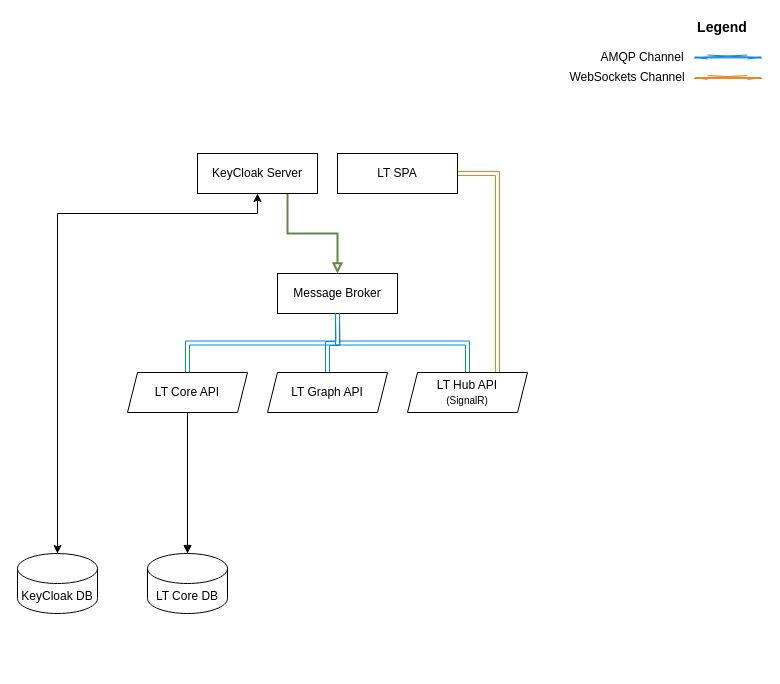
bsaranga/learntree keeps this draw.io diagram as diagrams/arch.drawio. Above is the earlier version. Source tidied: cells renumbered, new cells numbered last; positions are measured from the earlier drawing's top-left corner, leaving out a move shared by most shapes. Both pictures are drawn from the tidied source at 100%, with x=0, y=0 at pixel (17, 17).
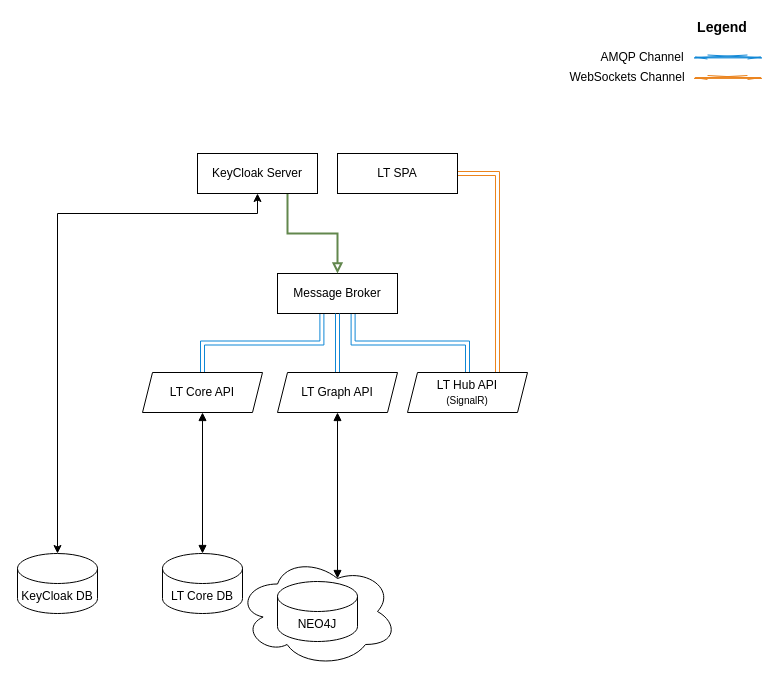
Above is the later version.

Unchanged cells that the change refers to:
```xml
<mxCell id="11" value="LT Hub API&lt;br&gt;&lt;font style=&quot;font-size: 10px;&quot;&gt;(SignalR)&lt;/font&gt;" style="shape=parallelogram;perimeter=parallelogramPerimeter;whiteSpace=wrap;html=1;fixedSize=1;size=10;" parent="1" vertex="1">
  <mxGeometry x="390" y="355" width="120" height="40" as="geometry" />
</mxCell>
```

The edit, as a diff of the source:
```diff
@@
+    <mxCell id="22" style="edgeStyle=orthogonalEdgeStyle;shape=link;rounded=0;jettySize=auto;html=1;exitX=0.63;exitY=1;exitDx=0;exitDy=0;exitPerimeter=0;entryX=0.5;entryY=0;entryDx=0;entryDy=0;fontSize=14;startArrow=block;startFill=1;endArrow=block;endFill=1;strokeColor=#0F87D6;strokeWidth=1;" parent="1" edge="1" source="2" target="11">
+      <mxGeometry relative="1" as="geometry" />
+    </mxCell>
+    <mxCell id="23" style="edgeStyle=orthogonalEdgeStyle;shape=link;rounded=0;jettySize=auto;html=1;exitX=0.37;exitY=1;exitDx=0;exitDy=0;exitPerimeter=0;entryX=0.5;entryY=0;entryDx=0;entryDy=0;fontSize=14;startArrow=block;startFill=1;endArrow=block;endFill=1;strokeColor=#0F87D6;strokeWidth=1;" parent="1" edge="1" source="2" target="7">
+      <mxGeometry relative="1" as="geometry" />
+    </mxCell>
-    <mxCell id="2" value="Message Broker" style="rounded=0;whiteSpace=wrap;html=1;" parent="1" vertex="1">
+    <mxCell id="2" value="Message Broker" style="rounded=0;whiteSpace=wrap;html=1;points=[[0,0,0,0,0],[0,0.25,0,0,0],[0,0.5,0,0,0],[0,0.75,0,0,0],[0,1,0,0,0],[0.13,1,0,0,0],[0.25,0,0,0,0],[0.25,1,0,0,0],[0.37,1,0,0,0],[0.5,0,0,0,0],[0.5,1,0,0,0],[0.63,1,0,0,0],[0.75,0,0,0,0],[0.75,1,0,0,0],[0.88,1,0,0,0],[1,0,0,0,0],[1,0.25,0,0,0],[1,0.5,0,0,0],[1,0.75,0,0,0],[1,1,0,0,0]];" parent="1" vertex="1">
       <mxGeometry x="260" y="256" width="120" height="40" as="geometry" />
     </mxCell>
@@
-    <mxCell id="5" style="edgeStyle=orthogonalEdgeStyle;shape=link;rounded=0;jettySize=auto;html=1;exitX=0.5;exitY=0;exitDx=0;exitDy=0;entryX=0.5;entryY=1;entryDx=0;entryDy=0;fontSize=10;startArrow=none;startFill=0;endArrow=block;endFill=0;strokeColor=#0F87D6;strokeWidth=1;" parent="1" edge="1" source="7" target="2">
-      <mxGeometry relative="1" as="geometry" />
-    </mxCell>
-    <mxCell id="6" style="edgeStyle=orthogonalEdgeStyle;rounded=0;jettySize=auto;html=1;exitX=0.5;exitY=1;exitDx=0;exitDy=0;fontSize=10;startArrow=none;startFill=0;endArrow=block;endFill=1;strokeColor=#000000;strokeWidth=1;" parent="1" edge="1" source="7" target="16">
+    <mxCell id="6" style="edgeStyle=orthogonalEdgeStyle;rounded=0;jettySize=auto;html=1;exitX=0.5;exitY=1;exitDx=0;exitDy=0;fontSize=10;startArrow=block;startFill=1;endArrow=block;endFill=1;strokeColor=#000000;strokeWidth=1;" parent="1" edge="1" source="7" target="16">
       <mxGeometry relative="1" as="geometry" />
     </mxCell>
     <mxCell id="7" value="LT Core API" style="shape=parallelogram;perimeter=parallelogramPerimeter;whiteSpace=wrap;html=1;fixedSize=1;size=10;" parent="1" vertex="1">
-      <mxGeometry x="110" y="355" width="120" height="40" as="geometry" />
+      <mxGeometry x="125" y="355" width="120" height="40" as="geometry" />
     </mxCell>
-    <mxCell id="8" style="edgeStyle=orthogonalEdgeStyle;shape=link;rounded=0;jettySize=auto;html=1;exitX=0.5;exitY=0;exitDx=0;exitDy=0;fontSize=10;startArrow=none;startFill=0;endArrow=block;endFill=0;strokeColor=#0F87D6;strokeWidth=1;" parent="1" edge="1" source="9">
-      <mxGeometry relative="1" as="geometry">
-        <mxPoint x="320" y="296" as="targetPoint" />
-      </mxGeometry>
-    </mxCell>
+    <mxCell id="24" style="edgeStyle=orthogonalEdgeStyle;rounded=0;jettySize=auto;html=1;exitX=0.5;exitY=1;exitDx=0;exitDy=0;entryX=0.625;entryY=0.2;entryDx=0;entryDy=0;entryPerimeter=0;fontSize=14;startArrow=block;startFill=1;endArrow=block;endFill=1;strokeColor=#000000;strokeWidth=1;" parent="1" edge="1" source="9" target="27">
+      <mxGeometry relative="1" as="geometry" />
+    </mxCell>
+    <mxCell id="25" style="edgeStyle=orthogonalEdgeStyle;shape=link;rounded=0;jettySize=auto;html=1;exitX=0.5;exitY=0;exitDx=0;exitDy=0;entryX=0.5;entryY=1;entryDx=0;entryDy=0;entryPerimeter=0;fontSize=14;startArrow=block;startFill=1;endArrow=block;endFill=1;strokeColor=#0F87D6;strokeWidth=1;" parent="1" edge="1" source="9" target="2">
+      <mxGeometry relative="1" as="geometry" />
+    </mxCell>
     <mxCell id="9" value="LT Graph API" style="shape=parallelogram;perimeter=parallelogramPerimeter;whiteSpace=wrap;html=1;fixedSize=1;size=10;" parent="1" vertex="1">
-      <mxGeometry x="250" y="355" width="120" height="40" as="geometry" />
+      <mxGeometry x="260" y="355" width="120" height="40" as="geometry" />
     </mxCell>
-    <mxCell id="10" style="edgeStyle=orthogonalEdgeStyle;shape=link;rounded=0;jettySize=auto;html=1;exitX=0.5;exitY=0;exitDx=0;exitDy=0;entryX=0.5;entryY=1;entryDx=0;entryDy=0;fontSize=10;startArrow=none;startFill=0;endArrow=block;endFill=0;strokeColor=#0F87D6;strokeWidth=1;" parent="1" edge="1" source="11" target="2">
-      <mxGeometry relative="1" as="geometry" />
-    </mxCell>
@@
     <mxCell id="16" value="&lt;span style=&quot;font-size: 12px;&quot;&gt;LT Core DB&lt;/span&gt;" style="shape=cylinder3;whiteSpace=wrap;html=1;boundedLbl=1;backgroundOutline=1;size=15;fontSize=10;" parent="1" vertex="1">
-      <mxGeometry x="130" y="536" width="80" height="60" as="geometry" />
+      <mxGeometry x="145" y="536" width="80" height="60" as="geometry" />
     </mxCell>
@@
+    <mxCell id="26" style="group;" parent="1" vertex="1">
+      <mxGeometry x="220" y="539" width="160" height="110" as="geometry" />
+    </mxCell>
+    <mxCell id="27" style="ellipse;shape=cloud;whiteSpace=wrap;html=1;fontSize=14;" parent="26" vertex="1">
+      <mxGeometry width="160" height="110" as="geometry" />
+    </mxCell>
+    <mxCell id="28" value="&lt;span style=&quot;font-size: 12px;&quot;&gt;NEO4J&lt;/span&gt;" style="shape=cylinder3;whiteSpace=wrap;html=1;boundedLbl=1;backgroundOutline=1;size=15;fontSize=10;" parent="26" vertex="1">
+      <mxGeometry x="40" y="25" width="80" height="60" as="geometry" />
+    </mxCell>
```
